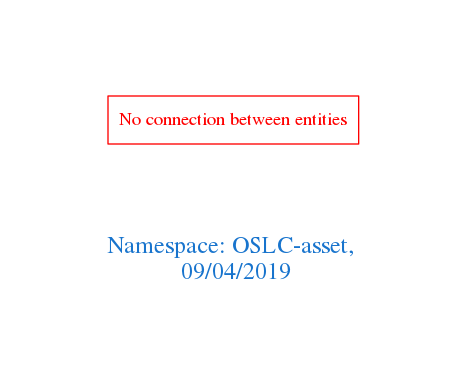
Earlier version of the Graphviz export downloads/OSLC-asset.png (arago/OGIT). Its source is kept beside it as downloads/OSLC-asset.dot.
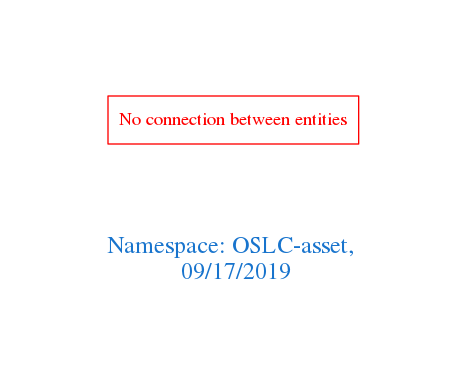
Later version of the same file.

What changed in the source:
```diff
@@ -1,7 +1,7 @@
 digraph OGIT_ontology {
  graph [ rankdir= LR,pad=1
 fontsize = 18,
-fontcolor= dodgerblue3,label = "\n\n\nNamespace: OSLC-asset, \n 09/04/2019"];
+fontcolor= dodgerblue3,label = "\n\n\nNamespace: OSLC-asset, \n 09/17/2019"];
 node[shape=polygon];
 edge [  color="gray81"];
 
```
